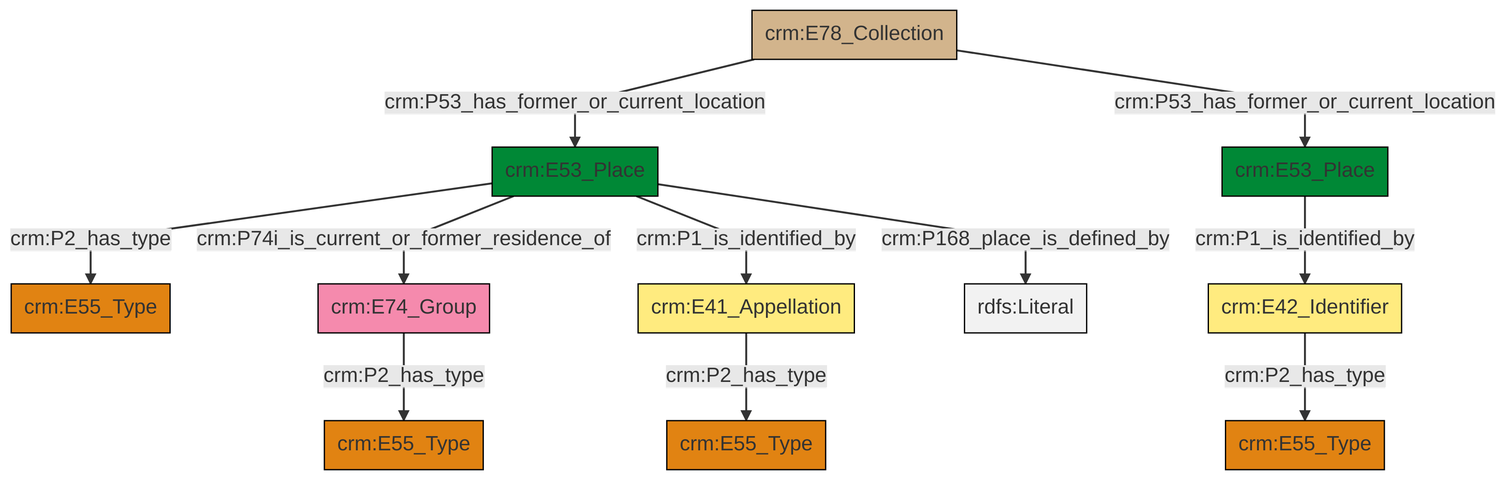
The Mermaid diagram et/archivalCSV/ttl/mmd/png/archival_location.png in swiss-art-research-net/docs.swissartresearch, before a commit. Its source is kept beside it as et/archivalCSV/ttl/mmd/archival_location.ttl.mmd.
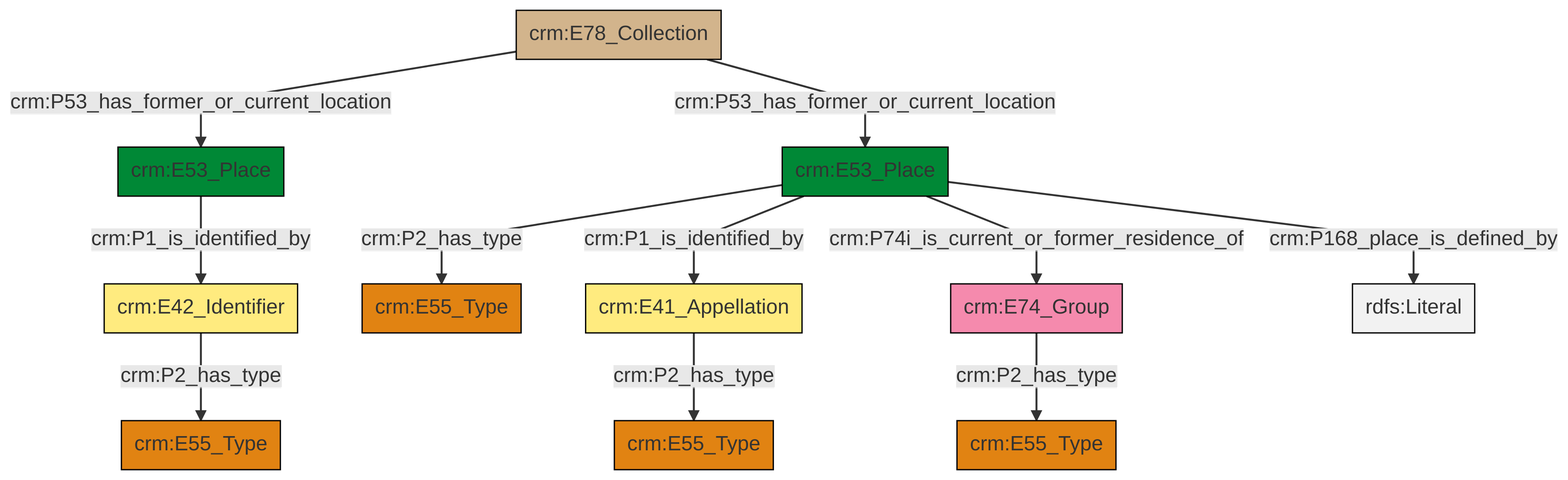
The same file after the commit.

What changed in the source:
```diff
@@ -14,12 +14,12 @@
 classDef Multi fill:#cccccc,stroke:#000000;
 
 2["crm:E78_Collection"]:::Physical_Thing -->|crm:P53_has_former_or_current_location| 3["crm:E53_Place"]:::Place
-8["crm:E53_Place"]:::Place -->|crm:P1_is_identified_by| 12["crm:E42_Identifier"]:::Appellation
-3["crm:E53_Place"]:::Place -->|crm:P2_has_type| 13["crm:E55_Type"]:::Type
-3["crm:E53_Place"]:::Place -->|crm:P74i_is_current_or_former_residence_of| 18["crm:E74_Group"]:::Actor
-2["crm:E78_Collection"]:::Physical_Thing -->|crm:P53_has_former_or_current_location| 8["crm:E53_Place"]:::Place
-12["crm:E42_Identifier"]:::Appellation -->|crm:P2_has_type| 4["crm:E55_Type"]:::Type
-0["crm:E41_Appellation"]:::Appellation -->|crm:P2_has_type| 10["crm:E55_Type"]:::Type
-3["crm:E53_Place"]:::Place -->|crm:P1_is_identified_by| 0["crm:E41_Appellation"]:::Appellation
-18["crm:E74_Group"]:::Actor -->|crm:P2_has_type| 6["crm:E55_Type"]:::Type
-3["crm:E53_Place"]:::Place -->|crm:P168_place_is_defined_by| 24[rdfs:Literal]:::Literal
+10["crm:E53_Place"]:::Place -->|crm:P1_is_identified_by| 16["crm:E41_Appellation"]:::Appellation
+3["crm:E53_Place"]:::Place -->|crm:P1_is_identified_by| 6["crm:E42_Identifier"]:::Appellation
+2["crm:E78_Collection"]:::Physical_Thing -->|crm:P53_has_former_or_current_location| 10["crm:E53_Place"]:::Place
+17["crm:E74_Group"]:::Actor -->|crm:P2_has_type| 8["crm:E55_Type"]:::Type
+16["crm:E41_Appellation"]:::Appellation -->|crm:P2_has_type| 4["crm:E55_Type"]:::Type
+10["crm:E53_Place"]:::Place -->|crm:P168_place_is_defined_by| 23[rdfs:Literal]:::Literal
+10["crm:E53_Place"]:::Place -->|crm:P74i_is_current_or_former_residence_of| 17["crm:E74_Group"]:::Actor
+6["crm:E42_Identifier"]:::Appellation -->|crm:P2_has_type| 0["crm:E55_Type"]:::Type
+10["crm:E53_Place"]:::Place -->|crm:P2_has_type| 14["crm:E55_Type"]:::Type
```
